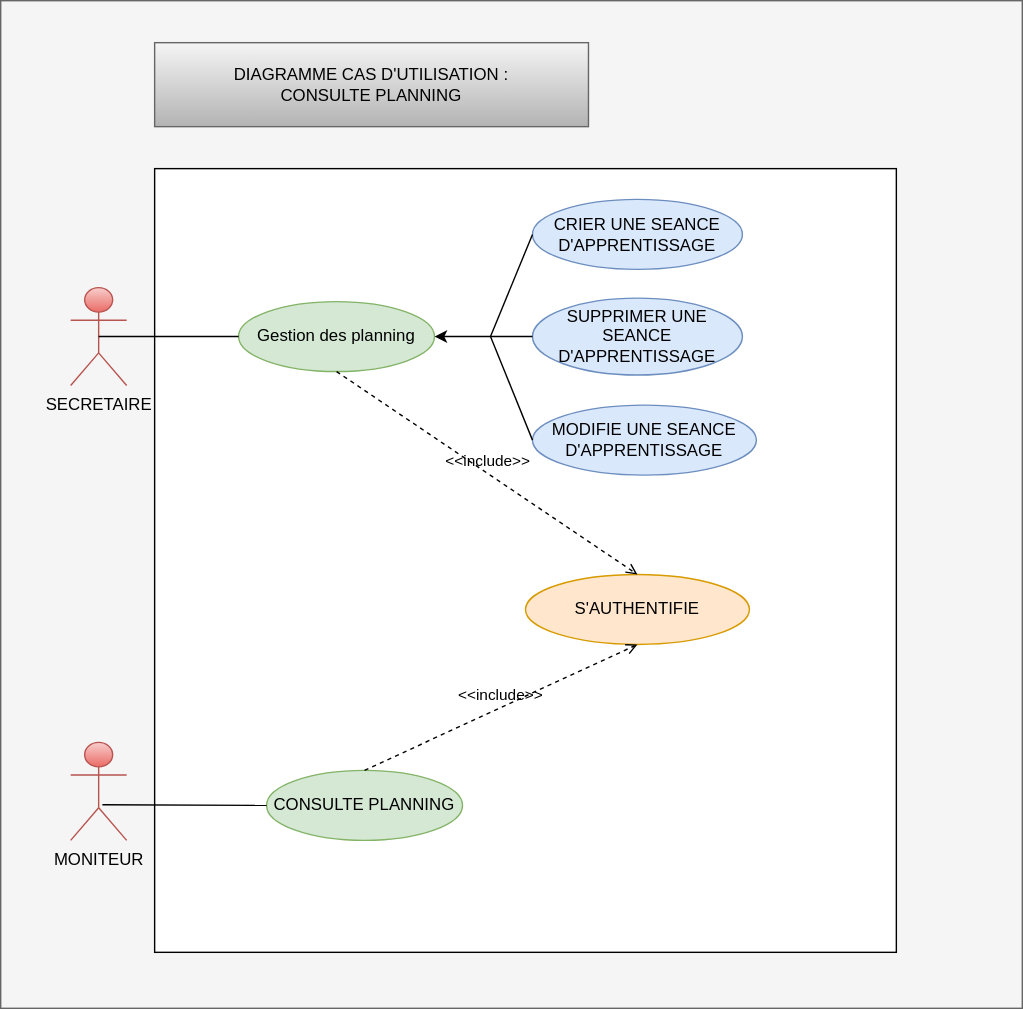
The draw.io diagram Diagrams/hamid-final/view/d-cas-utilisation-Gestion des planning.svg in Anesouali007/AutoSchool-Manager, before a commit. Source tidied: cells renumbered, new cells last; positions are measured from the earlier drawing's top-left corner, leaving out a move shared by most shapes. Source of this version:
```xml
<mxGraphModel>
  <root>
    <mxCell id="0" />
    <mxCell id="1" parent="0" />
    <mxCell id="2" style="rounded=0;whiteSpace=wrap;html=1;fillColor=#f5f5f5;fontColor=#333333;strokeColor=#666666;" parent="1" vertex="1">
      <mxGeometry width="730" height="720" as="geometry" />
    </mxCell>
    <mxCell id="3" style="rounded=0;whiteSpace=wrap;html=1;" parent="1" vertex="1">
      <mxGeometry x="110" y="120" width="530" height="560" as="geometry" />
    </mxCell>
    <mxCell id="4" value="SECRETAIRE" style="shape=umlActor;verticalLabelPosition=bottom;verticalAlign=top;html=1;fillColor=#f8cecc;gradientColor=#ea6b66;strokeColor=#b85450;" parent="1" vertex="1">
      <mxGeometry x="50" y="205" width="40" height="70" as="geometry" />
    </mxCell>
    <mxCell id="5" value="Gestion des planning" style="ellipse;whiteSpace=wrap;html=1;fillColor=#d5e8d4;strokeColor=#82b366;" parent="1" vertex="1">
      <mxGeometry x="170" y="215" width="140" height="50" as="geometry" />
    </mxCell>
    <mxCell id="6" value="CRIER UNE SEANCE D'APPRENTISSAGE" style="ellipse;whiteSpace=wrap;html=1;fillColor=#dae8fc;strokeColor=#6c8ebf;" parent="1" vertex="1">
      <mxGeometry x="380" y="142" width="150" height="50" as="geometry" />
    </mxCell>
    <mxCell id="7" value="MODIFIE UNE SEANCE D'APPRENTISSAGE" style="ellipse;whiteSpace=wrap;html=1;fillColor=#dae8fc;strokeColor=#6c8ebf;" parent="1" vertex="1">
      <mxGeometry x="380" y="289" width="160" height="50" as="geometry" />
    </mxCell>
    <mxCell id="8" value="SUPPRIMER UNE SEANCE D'APPRENTISSAGE" style="ellipse;whiteSpace=wrap;html=1;fillColor=#dae8fc;strokeColor=#6c8ebf;" parent="1" vertex="1">
      <mxGeometry x="380" y="212.5" width="150" height="55" as="geometry" />
    </mxCell>
    <mxCell id="9" style="endArrow=classic;html=1;entryX=1;entryY=0.5;entryDx=0;entryDy=0;exitX=0;exitY=0.5;exitDx=0;exitDy=0;" parent="1" edge="1" source="8" target="5">
      <mxGeometry relative="1" as="geometry" />
    </mxCell>
    <mxCell id="10" style="endArrow=none;html=1;entryX=0;entryY=0.5;entryDx=0;entryDy=0;" parent="1" edge="1" target="6">
      <mxGeometry relative="1" as="geometry">
        <mxPoint x="350" y="240" as="sourcePoint" />
      </mxGeometry>
    </mxCell>
    <mxCell id="11" style="endArrow=none;html=1;exitX=0;exitY=0.5;exitDx=0;exitDy=0;" parent="1" edge="1" source="7">
      <mxGeometry relative="1" as="geometry">
        <mxPoint x="350" y="240" as="targetPoint" />
      </mxGeometry>
    </mxCell>
    <mxCell id="12" style="endArrow=none;html=1;exitX=0.5;exitY=0.5;exitDx=0;exitDy=0;exitPerimeter=0;entryX=0;entryY=0.5;entryDx=0;entryDy=0;" parent="1" edge="1" source="4" target="5">
      <mxGeometry relative="1" as="geometry" />
    </mxCell>
    <mxCell id="13" value="S'AUTHENTIFIE" style="ellipse;whiteSpace=wrap;html=1;fillColor=#ffe6cc;strokeColor=#d79b00;" parent="1" vertex="1">
      <mxGeometry x="375" y="410" width="160" height="50" as="geometry" />
    </mxCell>
    <mxCell id="14" value="&amp;lt;&amp;lt;include&amp;gt;&amp;gt;" style="html=1;verticalAlign=bottom;labelBackgroundColor=none;endArrow=open;endFill=0;dashed=1;exitX=0.5;exitY=1;exitDx=0;exitDy=0;entryX=0.5;entryY=0;entryDx=0;entryDy=0;" parent="1" edge="1" source="5" target="13">
      <mxGeometry relative="1" as="geometry" />
    </mxCell>
    <mxCell id="15" value="MONITEUR" style="shape=umlActor;verticalLabelPosition=bottom;verticalAlign=top;html=1;fillColor=#f8cecc;gradientColor=#ea6b66;strokeColor=#b85450;" parent="1" vertex="1">
      <mxGeometry x="50" y="530" width="40" height="70" as="geometry" />
    </mxCell>
    <mxCell id="16" value="CONSULTE PLANNING" style="ellipse;whiteSpace=wrap;html=1;fillColor=#d5e8d4;strokeColor=#82b366;" parent="1" vertex="1">
      <mxGeometry x="190" y="550" width="140" height="50" as="geometry" />
    </mxCell>
    <mxCell id="17" style="endArrow=none;html=1;exitX=0.566;exitY=0.637;exitDx=0;exitDy=0;exitPerimeter=0;entryX=0;entryY=0.5;entryDx=0;entryDy=0;" parent="1" edge="1" source="15" target="16">
      <mxGeometry relative="1" as="geometry" />
    </mxCell>
    <mxCell id="18" value="&amp;lt;&amp;lt;include&amp;gt;&amp;gt;" style="html=1;verticalAlign=bottom;labelBackgroundColor=none;endArrow=open;endFill=0;dashed=1;exitX=0.5;exitY=0;exitDx=0;exitDy=0;entryX=0.5;entryY=1;entryDx=0;entryDy=0;" parent="1" edge="1" source="16" target="13">
      <mxGeometry relative="1" as="geometry" />
    </mxCell>
    <mxCell id="19" value="DIAGRAMME CAS D'UTILISATION :&lt;br&gt;CONSULTE PLANNING" style="rounded=0;whiteSpace=wrap;html=1;fillColor=#f5f5f5;gradientColor=#b3b3b3;strokeColor=#666666;" parent="1" vertex="1">
      <mxGeometry x="110" y="30" width="310" height="60" as="geometry" />
    </mxCell>
  </root>
</mxGraphModel>
```
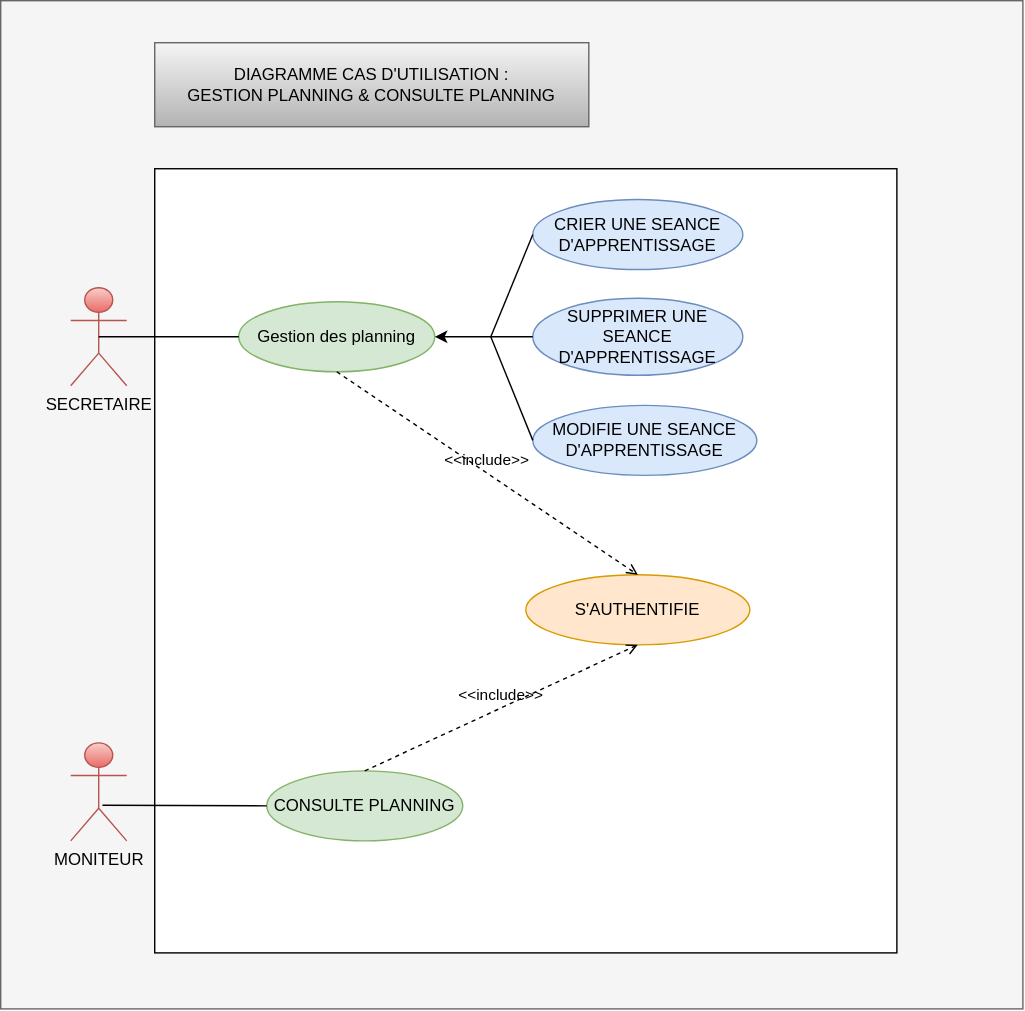
After the change.

What changed in the source:
```diff
@@ -57,7 +57,7 @@
     <mxCell id="18" value="&amp;lt;&amp;lt;include&amp;gt;&amp;gt;" style="html=1;verticalAlign=bottom;labelBackgroundColor=none;endArrow=open;endFill=0;dashed=1;exitX=0.5;exitY=0;exitDx=0;exitDy=0;entryX=0.5;entryY=1;entryDx=0;entryDy=0;" parent="1" edge="1" source="16" target="13">
       <mxGeometry relative="1" as="geometry" />
     </mxCell>
-    <mxCell id="19" value="DIAGRAMME CAS D'UTILISATION :&lt;br&gt;CONSULTE PLANNING" style="rounded=0;whiteSpace=wrap;html=1;fillColor=#f5f5f5;gradientColor=#b3b3b3;strokeColor=#666666;" parent="1" vertex="1">
+    <mxCell id="19" value="DIAGRAMME CAS D'UTILISATION :&lt;br&gt;GESTION PLANNING &amp;amp; CONSULTE PLANNING" style="rounded=0;whiteSpace=wrap;html=1;fillColor=#f5f5f5;gradientColor=#b3b3b3;strokeColor=#666666;" parent="1" vertex="1">
       <mxGeometry x="110" y="30" width="310" height="60" as="geometry" />
     </mxCell>
   </root>
```
